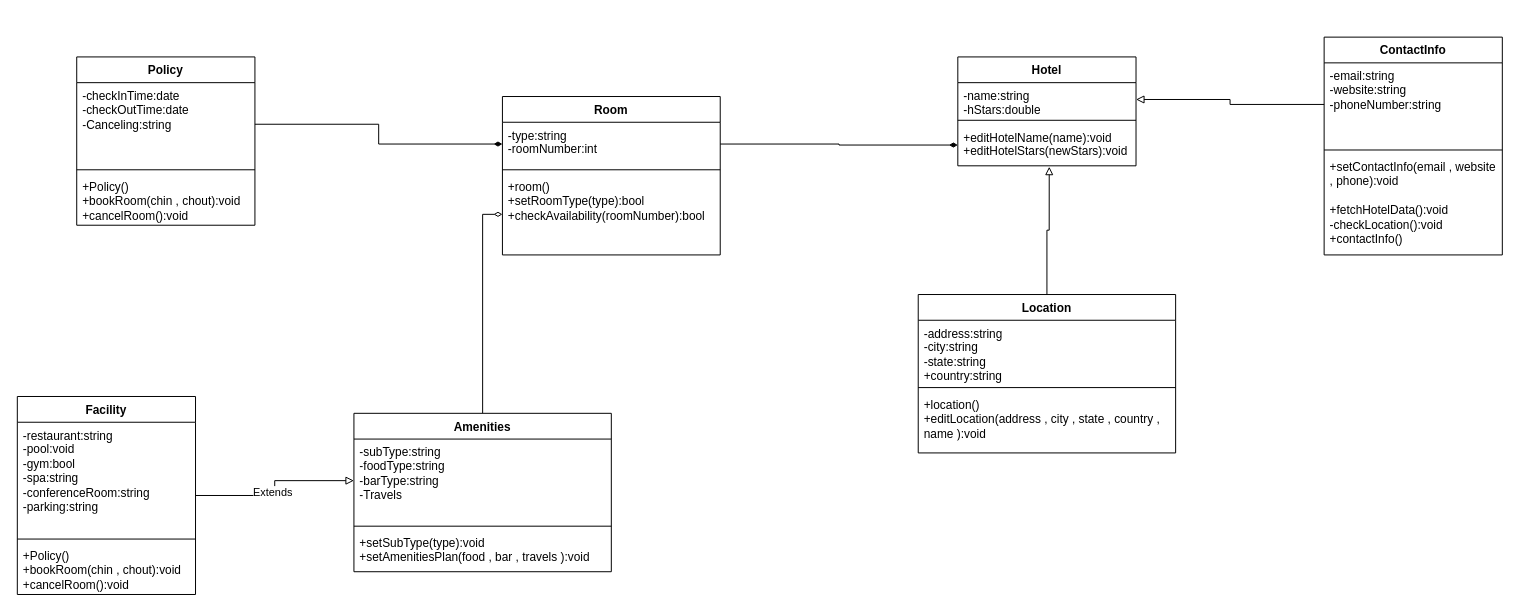
Earlier version of the draw.io diagram Final Projectt/Hotel_Clas_Diagram_version01.drawio (hesham81/Projects). Source tidied: cells renumbered, new cells numbered last; positions are measured from the earlier drawing's top-left corner, leaving out a move shared by most shapes. Both pictures are drawn from the tidied source at 99%, with x=0, y=0 at pixel (17, 37).
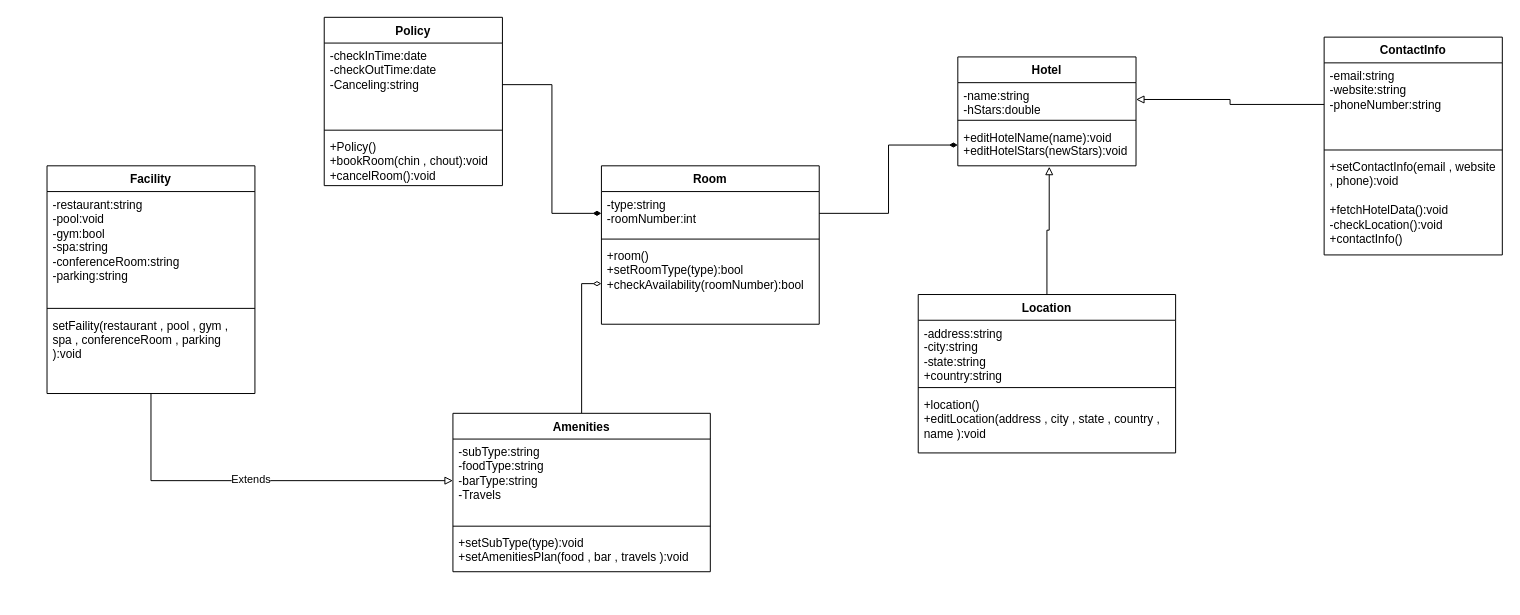
Above is the later version.

Diff of the diagram source:
```diff
@@
     <mxCell id="14" value="Room" style="swimlane;fontStyle=1;align=center;verticalAlign=top;horizontal=1;startSize=26;whiteSpace=wrap;html=1;" parent="1" vertex="1">
-      <mxGeometry x="490" y="60" width="220" height="160" as="geometry" />
+      <mxGeometry x="590" y="130" width="220" height="160" as="geometry" />
     </mxCell>
@@
     <mxCell id="22" value="Amenities" style="swimlane;fontStyle=1;align=center;verticalAlign=top;horizontal=1;startSize=26;whiteSpace=wrap;html=1;" parent="1" vertex="1">
-      <mxGeometry x="340" y="380" width="260" height="160" as="geometry" />
+      <mxGeometry x="440" y="380" width="260" height="160" as="geometry" />
     </mxCell>
@@
     <mxCell id="26" value="Policy" style="swimlane;fontStyle=1;align=center;verticalAlign=top;horizontal=1;startSize=26;whiteSpace=wrap;html=1;" parent="1" vertex="1">
-      <mxGeometry x="60" y="20" width="180" height="170" as="geometry" />
+      <mxGeometry x="310" y="-20" width="180" height="170" as="geometry" />
     </mxCell>
@@
     <mxCell id="33" value="Facility" style="swimlane;fontStyle=1;align=center;verticalAlign=top;horizontal=1;startSize=26;whiteSpace=wrap;html=1;" parent="1" vertex="1">
-      <mxGeometry y="363" width="180" height="200" as="geometry" />
+      <mxGeometry x="30" y="130" width="210" height="230" as="geometry" />
     </mxCell>
     <mxCell id="34" value="-restaurant:string&lt;div&gt;-pool:void&lt;/div&gt;&lt;div&gt;-gym:bool&amp;nbsp;&lt;/div&gt;&lt;div&gt;-spa:string&lt;/div&gt;&lt;div&gt;-conferenceRoom:string&lt;/div&gt;&lt;div&gt;-parking:string&lt;/div&gt;" style="text;strokeColor=none;fillColor=none;align=left;verticalAlign=top;spacingLeft=4;spacingRight=4;overflow=hidden;whiteSpace=wrap;html=1;" parent="33" vertex="1">
-      <mxGeometry y="26" width="180" height="114" as="geometry" />
+      <mxGeometry y="26" width="210" height="114" as="geometry" />
     </mxCell>
     <mxCell id="35" style="line;strokeWidth=1;fillColor=none;align=left;verticalAlign=middle;spacingTop=-1;spacingLeft=3;spacingRight=3;labelPosition=right;strokeColor=inherit;" parent="33" vertex="1">
-      <mxGeometry y="140" width="180" height="8" as="geometry" />
+      <mxGeometry y="140" width="210" height="8" as="geometry" />
     </mxCell>
-    <mxCell id="36" value="&lt;div&gt;&lt;div&gt;+Policy()&lt;/div&gt;&lt;/div&gt;&lt;div&gt;+bookRoom(chin , chout):void&lt;/div&gt;&lt;div&gt;+cancelRoom():void&lt;/div&gt;&lt;div&gt;&lt;br&gt;&lt;/div&gt;" style="text;strokeColor=none;fillColor=none;align=left;verticalAlign=top;spacingLeft=4;spacingRight=4;overflow=hidden;whiteSpace=wrap;html=1;" parent="33" vertex="1">
-      <mxGeometry y="148" width="180" height="52" as="geometry" />
+    <mxCell id="36" value="setFaility(restaurant , pool , gym , spa , conferenceRoom , parking ):void&amp;nbsp;" style="text;strokeColor=none;fillColor=none;align=left;verticalAlign=top;spacingLeft=4;spacingRight=4;overflow=hidden;whiteSpace=wrap;html=1;" parent="33" vertex="1">
+      <mxGeometry y="148" width="210" height="82" as="geometry" />
     </mxCell>
```
